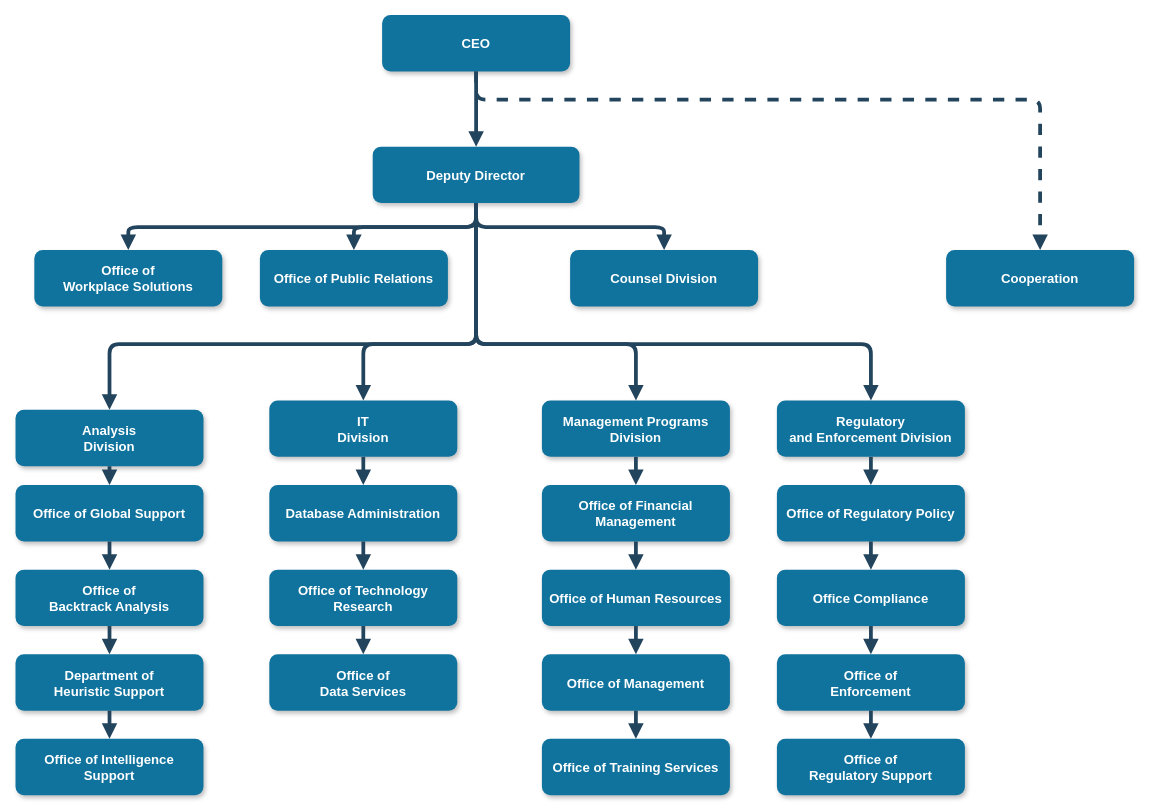
Above: CourseSurveyOrganigramme.drawio in AssekoudaSamtou/snake (draw.io), before the change. Source tidied: cells renumbered, new cells numbered last; positions are measured from the earlier drawing's top-left corner, leaving out a move shared by most shapes. Both pictures are drawn from the tidied source at 94%, with x=0, y=0 at pixel (15, 15).
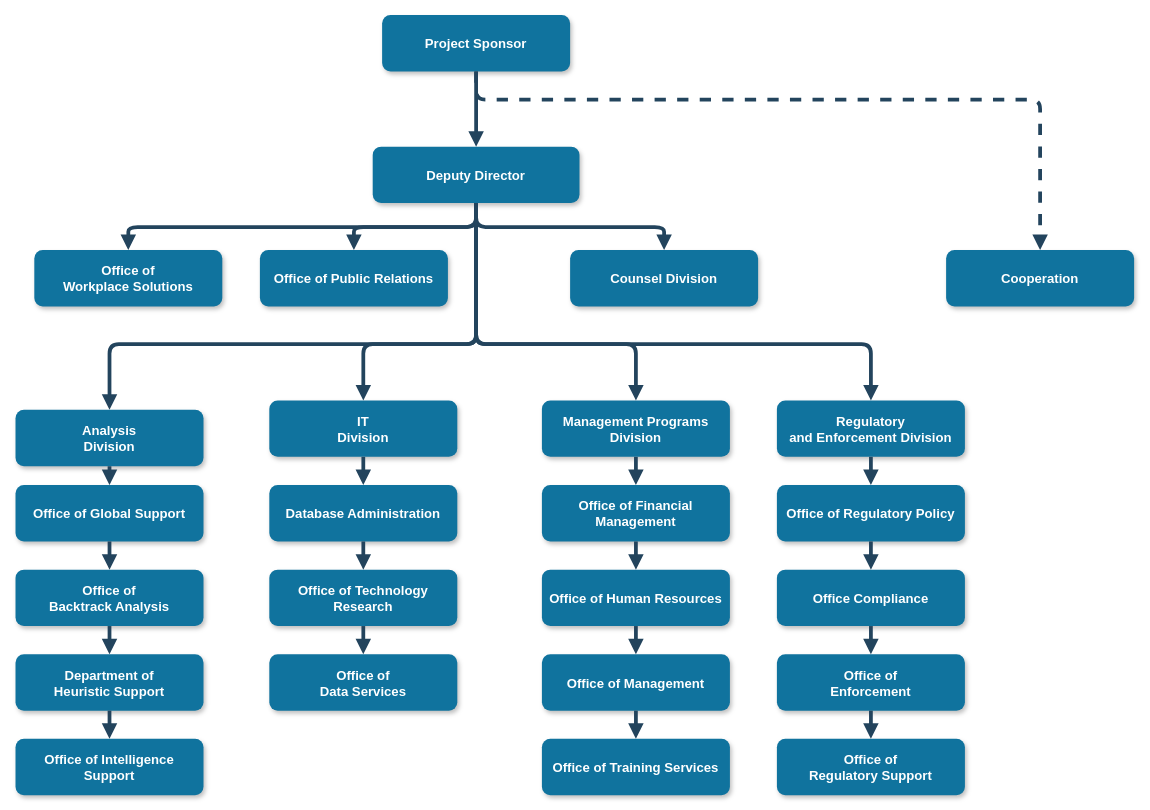
Above is the later version.

Commit message:
Mettre à jour CourseSurveyOrganigramme.drawio

Change to the diagram source:
```diff
@@
-    <mxCell id="2" value="CEO" style="rounded=1;fillColor=#10739E;strokeColor=none;shadow=1;gradientColor=none;fontStyle=1;fontColor=#FFFFFF;fontSize=14;" parent="1" vertex="1">
+    <mxCell id="2" value="Project Sponsor" style="rounded=1;fillColor=#10739E;strokeColor=none;shadow=1;gradientColor=none;fontStyle=1;fontColor=#FFFFFF;fontSize=14;" parent="1" vertex="1">
       <mxGeometry x="390" y="-0.5" width="200" height="60" as="geometry" />
     </mxCell>
```
